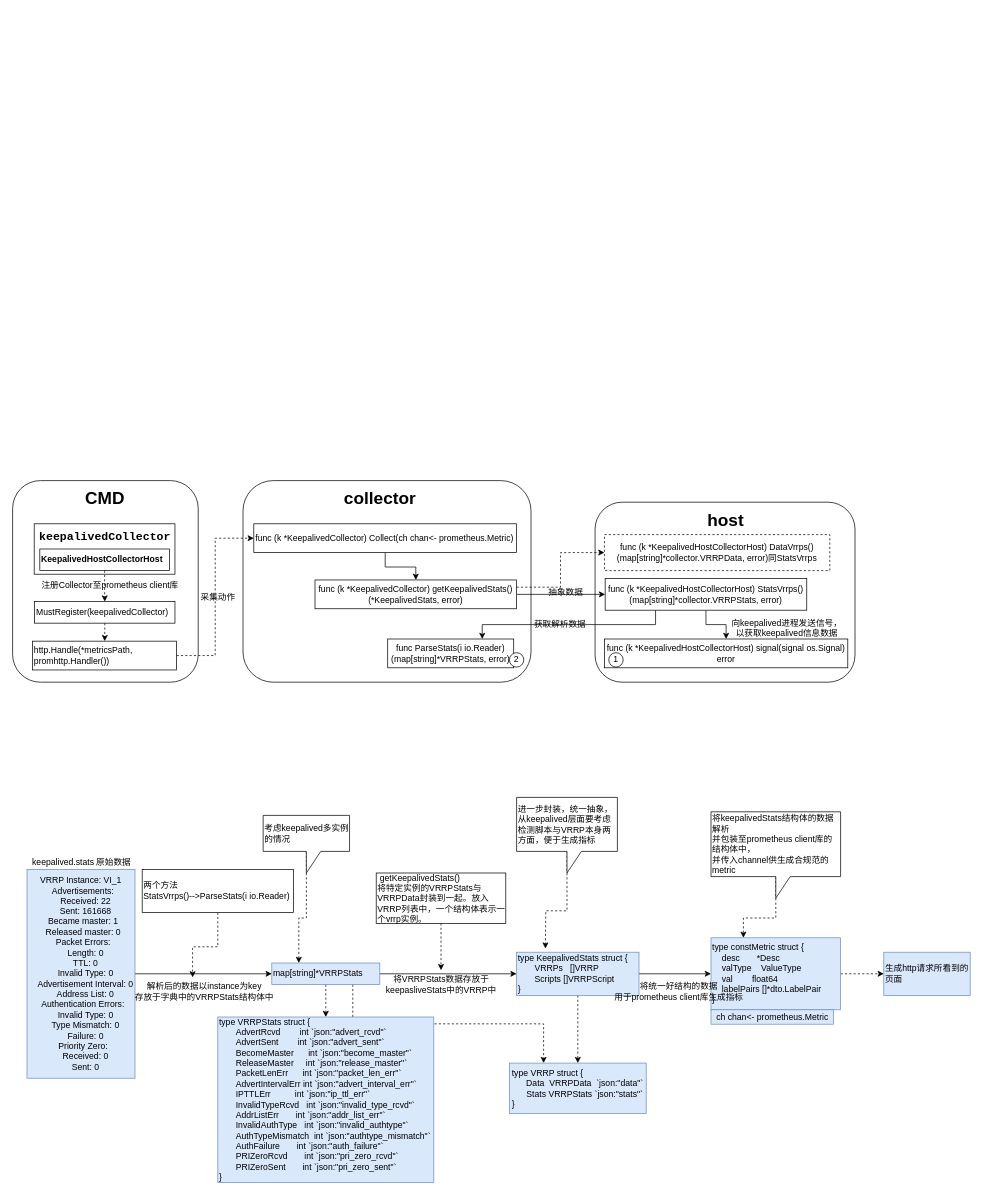
The draw.io diagram keepalived-exporter.drawio in Qiwei-Ran/MyRepository, before the edit. Source tidied: cells renumbered, new cells numbered last; positions are measured from the earlier drawing's top-left corner, leaving out a move shared by most shapes. Both pictures are drawn from the tidied source at 72%, with x=0, y=0 at pixel (12, 480).
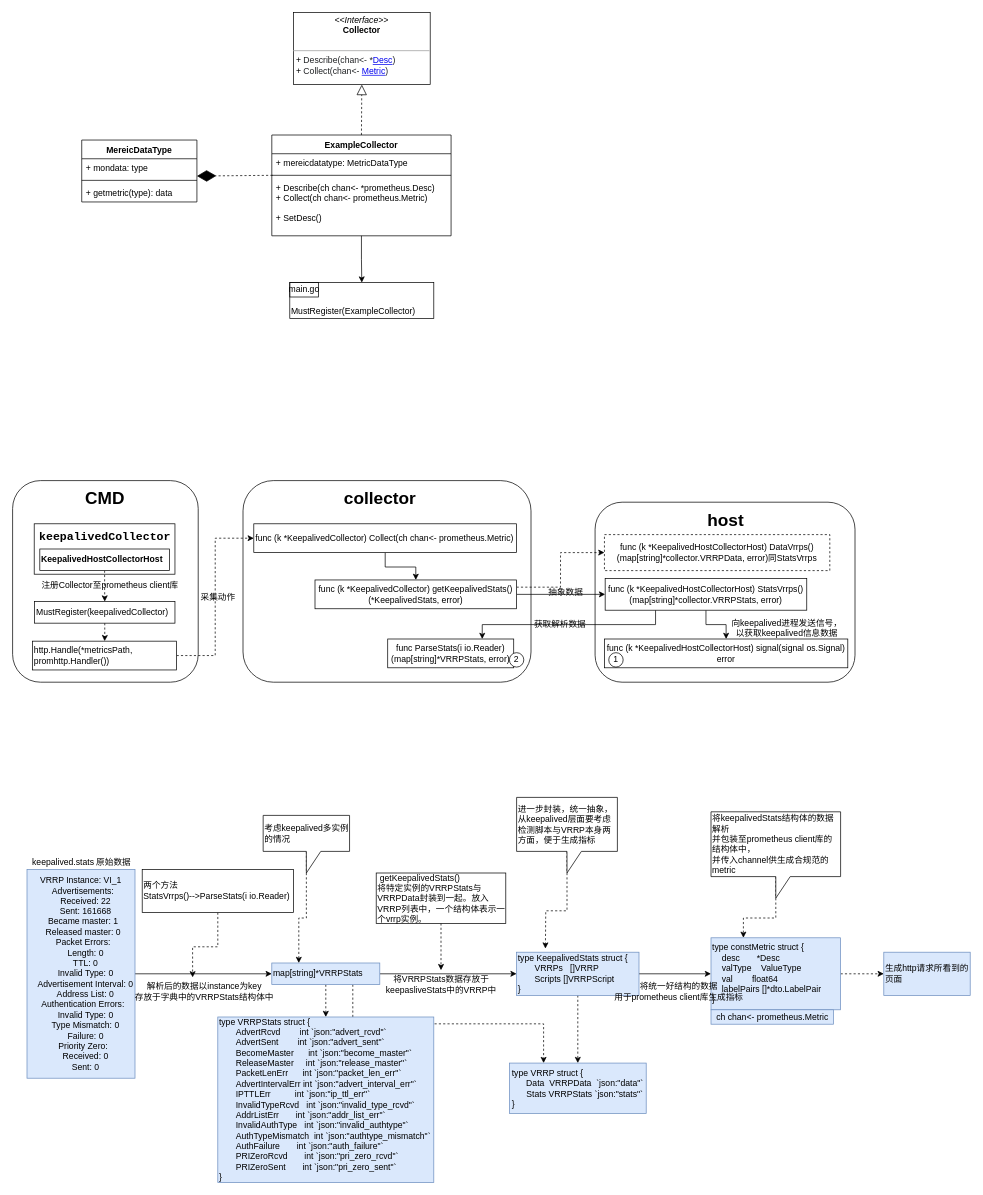
The same diagram, later.

The edit, as a diff of the source:
```diff
@@
+    <mxCell id="63" value="MereicDataType" style="swimlane;fontStyle=1;align=center;verticalAlign=top;horizontal=1;startSize=26;strokeColor=#000000;fillColor=#FFFFFF;fontSize=12;" parent="1" vertex="1">
+      <mxGeometry x="96" y="-473" width="160" height="86" as="geometry" />
+    </mxCell>
+    <mxCell id="64" value="+ mondata: type" style="text;strokeColor=none;fillColor=none;align=left;verticalAlign=top;spacingLeft=4;spacingRight=4;overflow=hidden;points=[[0,0.5],[1,0.5]];portConstraint=eastwest;" parent="63" vertex="1">
+      <mxGeometry y="26" width="160" height="26" as="geometry" />
+    </mxCell>
+    <mxCell id="65" style="line;strokeWidth=1;fillColor=none;align=left;verticalAlign=middle;spacingTop=-1;spacingLeft=3;spacingRight=3;labelPosition=right;" parent="63" vertex="1">
+      <mxGeometry y="52" width="160" height="8" as="geometry" />
+    </mxCell>
+    <mxCell id="66" value="+ getmetric(type): data" style="text;strokeColor=none;fillColor=none;align=left;verticalAlign=top;spacingLeft=4;spacingRight=4;overflow=hidden;" parent="63" vertex="1">
+      <mxGeometry y="60" width="160" height="26" as="geometry" />
+    </mxCell>
+    <mxCell id="67" style="edgeStyle=orthogonalEdgeStyle;rounded=0;jettySize=auto;html=1;entryX=0.5;entryY=0;entryDx=0;entryDy=0;fontSize=12;" parent="1" edge="1" source="68" target="75">
+      <mxGeometry relative="1" as="geometry" />
+    </mxCell>
+    <mxCell id="68" value="ExampleCollector" style="swimlane;fontStyle=1;align=center;verticalAlign=top;horizontal=1;startSize=26;strokeColor=#000000;fillColor=#FFFFFF;fontSize=12;" parent="1" vertex="1">
+      <mxGeometry x="360" y="-480" width="249" height="140" as="geometry" />
+    </mxCell>
+    <mxCell id="69" value="+ mereicdatatype: MetricDataType" style="text;strokeColor=none;fillColor=none;align=left;verticalAlign=top;spacingLeft=4;spacingRight=4;overflow=hidden;" parent="68" vertex="1">
+      <mxGeometry y="26" width="249" height="26" as="geometry" />
+    </mxCell>
+    <mxCell id="70" style="line;strokeWidth=1;fillColor=none;align=left;verticalAlign=middle;spacingTop=-1;spacingLeft=3;spacingRight=3;labelPosition=right;" parent="68" vertex="1">
+      <mxGeometry y="52" width="249" height="8" as="geometry" />
+    </mxCell>
+    <mxCell id="71" value="+ Describe(ch chan&lt;- *prometheus.Desc)&#10;+ Collect(ch chan&lt;- prometheus.Metric)&#10;&#10;+ SetDesc() " style="text;strokeColor=none;fillColor=none;align=left;verticalAlign=top;spacingLeft=4;spacingRight=4;overflow=hidden;points=[[0,0.5],[1,0.5]];portConstraint=eastwest;" parent="68" vertex="1">
+      <mxGeometry y="60" width="249" height="80" as="geometry" />
+    </mxCell>
+    <mxCell id="72" value="&lt;p style=&quot;margin: 4px 0px 0px ; text-align: center&quot;&gt;&lt;font style=&quot;font-size: 12px&quot;&gt;&lt;i&gt;&amp;lt;&amp;lt;Interface&amp;gt;&amp;gt;&lt;/i&gt;&lt;br&gt;&lt;b&gt;Collector&lt;/b&gt;&lt;/font&gt;&lt;/p&gt;&lt;font style=&quot;font-size: 12px&quot;&gt;&lt;br&gt;&lt;/font&gt;&lt;hr size=&quot;1&quot;&gt;&lt;p style=&quot;margin: 0px 0px 0px 4px&quot;&gt;&lt;font style=&quot;font-size: 12px&quot;&gt;+&amp;nbsp;&lt;span style=&quot;color: rgb(32 , 34 , 36)&quot;&gt;Describe(chan&amp;lt;- *&lt;/span&gt;&lt;a href=&quot;https://pkg.go.dev/github.com/prometheus/client_golang/prometheus@v1.11.0#Desc&quot; style=&quot;box-sizing: border-box&quot;&gt;Desc&lt;/a&gt;&lt;span style=&quot;color: rgb(32 , 34 , 36)&quot;&gt;)&lt;/span&gt;&lt;/font&gt;&lt;/p&gt;&lt;p style=&quot;margin: 0px 0px 0px 4px&quot;&gt;&lt;font style=&quot;font-size: 12px&quot;&gt;+&amp;nbsp;&lt;span style=&quot;color: rgb(32 , 34 , 36)&quot;&gt;Collect(chan&amp;lt;- &lt;/span&gt;&lt;a href=&quot;https://pkg.go.dev/github.com/prometheus/client_golang/prometheus@v1.11.0#Metric&quot; style=&quot;box-sizing: border-box&quot;&gt;Metric&lt;/a&gt;&lt;span style=&quot;color: rgb(32 , 34 , 36)&quot;&gt;)&lt;/span&gt;&lt;/font&gt;&lt;/p&gt;" style="verticalAlign=top;align=left;overflow=fill;fontSize=12;fontFamily=Helvetica;html=1;strokeColor=#000000;fillColor=#FFFFFF;" parent="1" vertex="1">
+      <mxGeometry x="390" y="-650" width="190" height="100" as="geometry" />
+    </mxCell>
+    <mxCell id="73" style="endArrow=block;dashed=1;endFill=0;endSize=12;html=1;fontSize=12;exitX=0.5;exitY=0;exitDx=0;exitDy=0;entryX=0.5;entryY=1;entryDx=0;entryDy=0;" parent="1" edge="1" source="68" target="72">
+      <mxGeometry relative="1" as="geometry" />
+    </mxCell>
+    <mxCell id="74" style="group;" parent="1" vertex="1">
+      <mxGeometry x="385" y="-275" width="200" height="50" as="geometry" />
+    </mxCell>
+    <mxCell id="75" value="&lt;br&gt;&lt;br&gt;MustRegister(ExampleCollector)" style="html=1;strokeColor=#000000;fillColor=#FFFFFF;fontSize=12;align=left;" parent="74" vertex="1">
+      <mxGeometry width="200" height="50" as="geometry" />
+    </mxCell>
+    <mxCell id="76" value="main.go" style="text;html=1;fillColor=none;align=center;verticalAlign=middle;whiteSpace=wrap;rounded=0;fontSize=12;strokeColor=#000000;" parent="74" vertex="1">
+      <mxGeometry width="40" height="20" as="geometry" />
+    </mxCell>
+    <mxCell id="77" style="endArrow=diamondThin;endFill=1;endSize=24;html=1;dashed=1;fontSize=12;exitX=0.004;exitY=-0.05;exitDx=0;exitDy=0;entryX=1;entryY=0.923;entryDx=0;entryDy=0;entryPerimeter=0;exitPerimeter=0;" parent="1" edge="1" source="71" target="64">
+      <mxGeometry relative="1" as="geometry" />
+    </mxCell>
```
